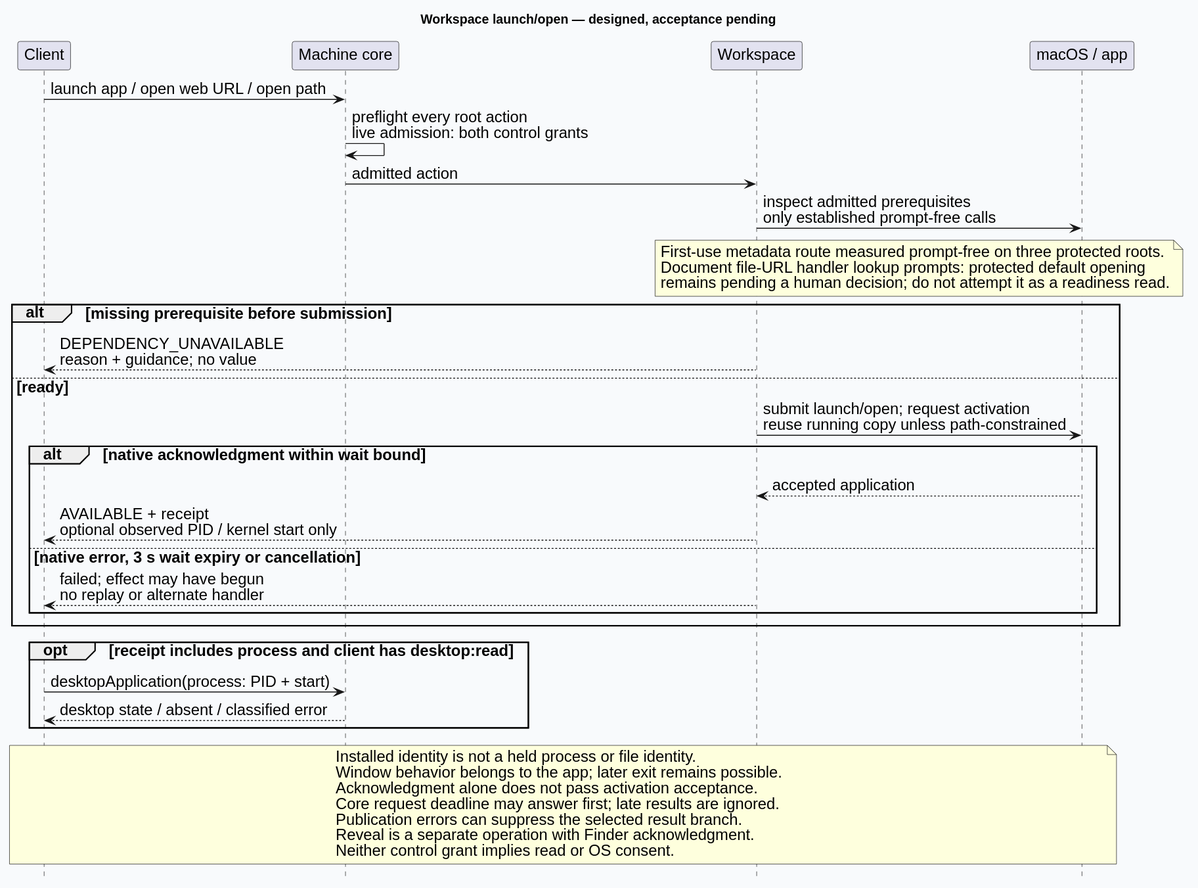
Above: docs/design/architecture/workspace-open.svg in Linkuistics/Koine (PlantUML), before the change.
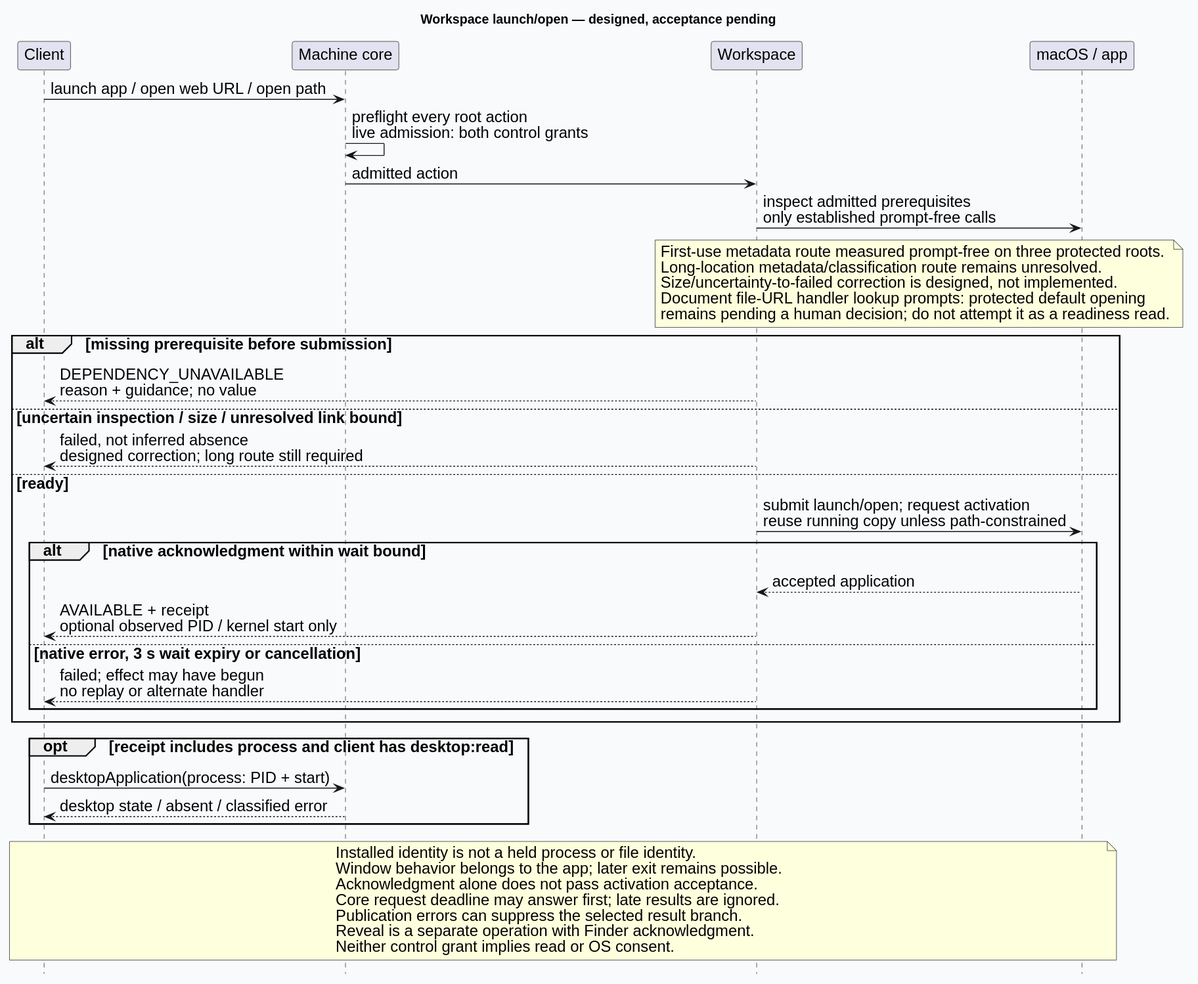
The same diagram one commit later.

The edit, as a diff of the source:
```diff
@@ -15,11 +15,15 @@
 Workspace -> Native: inspect admitted prerequisites\nonly established prompt-free calls
 note over Workspace,Native
 First-use metadata route measured prompt-free on three protected roots.
+Long-location metadata/classification route remains unresolved.
+Size/uncertainty-to-failed correction is designed, not implemented.
 Document file-URL handler lookup prompts: protected default opening
 remains pending a human decision; do not attempt it as a readiness read.
 end note
 alt missing prerequisite before submission
   Workspace --> Client: DEPENDENCY_UNAVAILABLE\nreason + guidance; no value
+else uncertain inspection / size / unresolved link bound
+  Workspace --> Client: failed, not inferred absence\ndesigned correction; long route still required
 else ready
   Workspace -> Native: submit launch/open; request activation\nreuse running copy unless path-constrained
   alt native acknowledgment within wait bound
```
